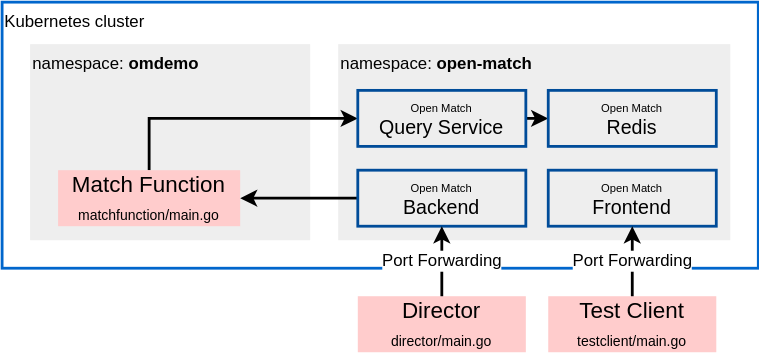
Earlier version of the draw.io export overview.drawio.svg (castaneai/openmatch-local-dev). Source tidied: cells renumbered, new cells last; positions are measured from the earlier drawing's top-left corner, leaving out a move shared by most shapes.
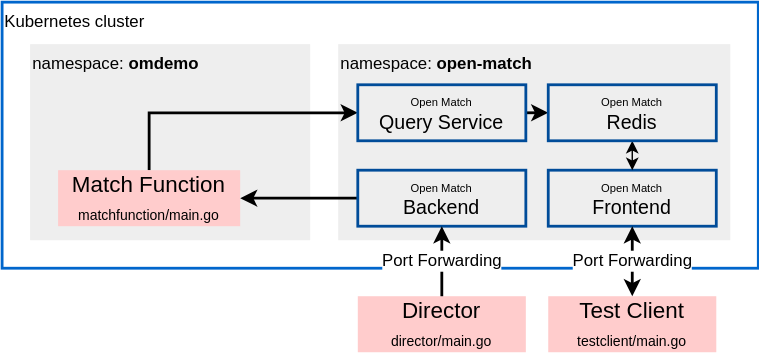
After the commit.

Change to the diagram source:
```diff
@@ -36,16 +36,19 @@
       <mxGeometry relative="1" as="geometry" />
     </mxCell>
     <mxCell id="13" value="&lt;font style=&quot;font-size: 8px&quot;&gt;Open Match&lt;br style=&quot;font-size: 8px&quot;&gt;&lt;/font&gt;&lt;font style=&quot;font-size: 14px&quot;&gt;Query Service&lt;/font&gt;" style="rounded=0;whiteSpace=wrap;html=1;strokeWidth=2;align=center;verticalAlign=middle;strokeColor=#004C99;fillColor=none;" parent="1" vertex="1">
-      <mxGeometry x="254" y="63" width="120" height="40" as="geometry" />
+      <mxGeometry x="254" y="59" width="120" height="40" as="geometry" />
     </mxCell>
-    <mxCell id="14" value="Port Forwarding" style="endArrow=classic;html=1;fontSize=12;exitX=0.5;exitY=0;exitDx=0;exitDy=0;entryX=0.5;entryY=1;entryDx=0;entryDy=0;strokeWidth=2;" parent="1" edge="1" source="8" target="11">
+    <mxCell id="14" value="Port Forwarding" style="endArrow=classic;html=1;fontSize=12;exitX=0.5;exitY=0;exitDx=0;exitDy=0;entryX=0.5;entryY=1;entryDx=0;entryDy=0;strokeWidth=2;startArrow=classic;startFill=1;" parent="1" edge="1" source="8" target="11">
       <mxGeometry relative="1" as="geometry" />
     </mxCell>
     <mxCell id="15" value="Port Forwarding" style="endArrow=classic;html=1;fontSize=12;exitX=0.5;exitY=0;exitDx=0;exitDy=0;entryX=0.5;entryY=1;entryDx=0;entryDy=0;strokeWidth=2;" parent="1" edge="1" source="7" target="6">
       <mxGeometry relative="1" as="geometry" />
     </mxCell>
+    <mxCell id="17" style="edgeStyle=orthogonalEdgeStyle;rounded=0;jettySize=auto;html=1;exitX=0.5;exitY=1;exitDx=0;exitDy=0;entryX=0.5;entryY=0;entryDx=0;entryDy=0;startArrow=classic;startFill=1;" parent="1" edge="1" source="16" target="11">
+      <mxGeometry relative="1" as="geometry" />
+    </mxCell>
     <mxCell id="16" value="&lt;font style=&quot;font-size: 8px&quot;&gt;Open Match&lt;br style=&quot;font-size: 8px&quot;&gt;&lt;/font&gt;&lt;font style=&quot;font-size: 14px&quot;&gt;Redis&lt;/font&gt;" style="rounded=0;whiteSpace=wrap;html=1;strokeWidth=2;align=center;verticalAlign=middle;strokeColor=#004C99;fillColor=none;" parent="1" vertex="1">
-      <mxGeometry x="390" y="63" width="120" height="40" as="geometry" />
+      <mxGeometry x="390" y="59" width="120" height="40" as="geometry" />
     </mxCell>
   </root>
 </mxGraphModel>
```
